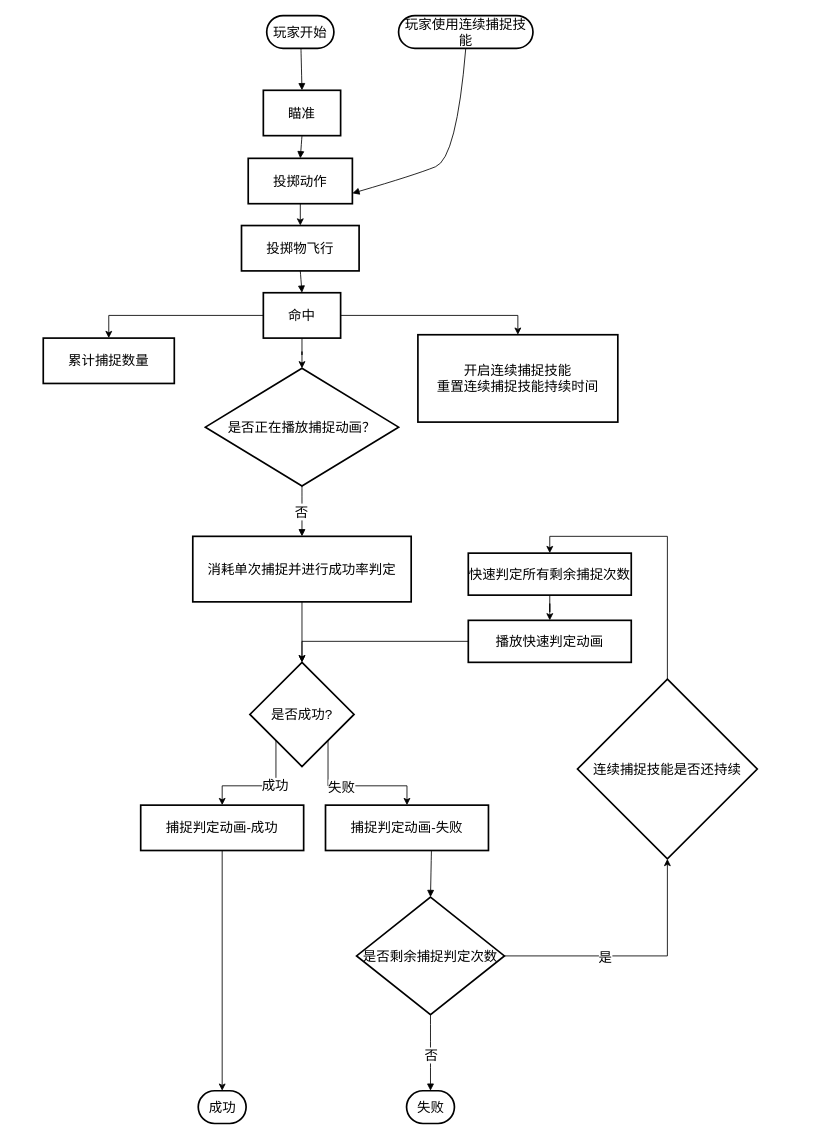
The draw.io diagram PGamePetCaptureFlow.drawio in tcmxx/TCMXXDrawIO, before the edit. Source tidied: cells renumbered, new cells numbered last; positions are measured from the earlier drawing's top-left corner, leaving out a move shared by most shapes. Both pictures are drawn from the tidied source at 84%, with x=0, y=0 at pixel (43, 15).
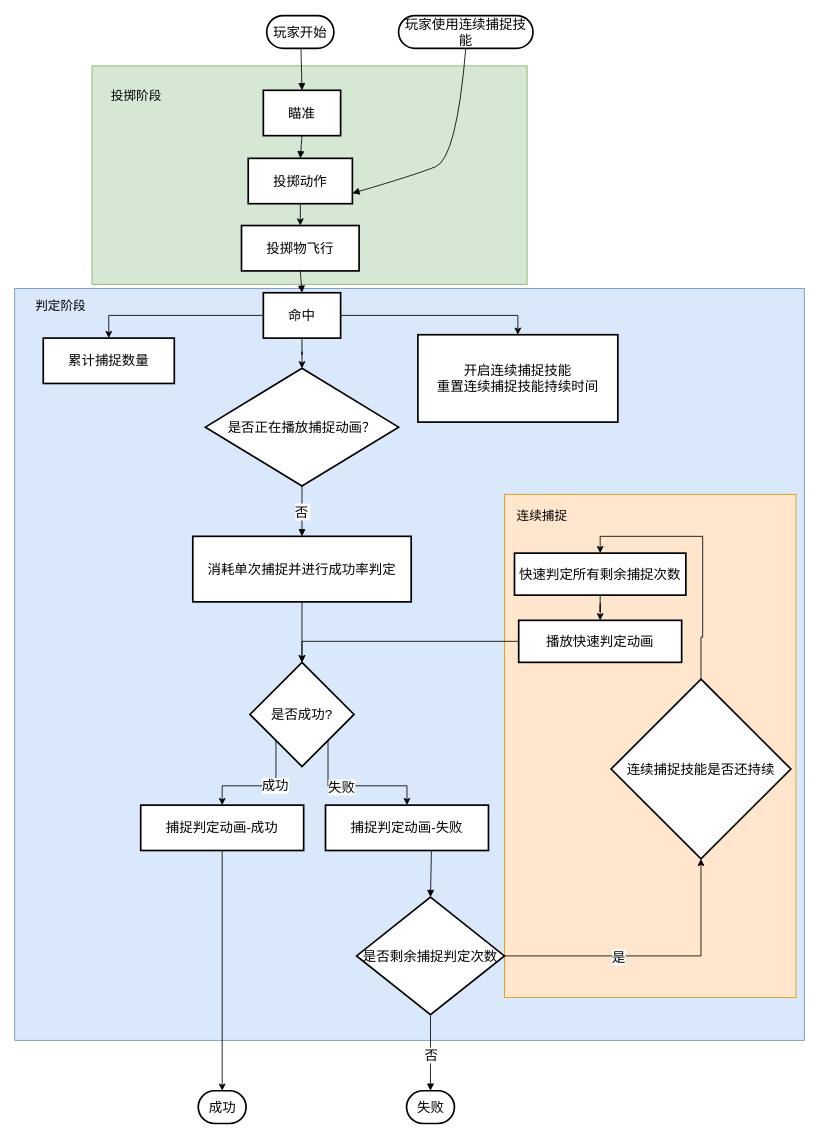
The same diagram, later.

The edit, as a diff of the source:
```diff
@@
+    <mxCell id="44" style="rounded=0;whiteSpace=wrap;html=1;fillColor=#dae8fc;strokeColor=#6c8ebf;" parent="1" vertex="1">
+      <mxGeometry x="-34" y="325" width="940" height="895" as="geometry" />
+    </mxCell>
+    <mxCell id="45" style="rounded=0;whiteSpace=wrap;html=1;fillColor=#ffe6cc;strokeColor=#d79b00;" parent="1" vertex="1">
+      <mxGeometry x="549" y="570" width="347" height="599" as="geometry" />
+    </mxCell>
+    <mxCell id="46" style="rounded=0;whiteSpace=wrap;html=1;fillColor=#d5e8d4;strokeColor=#82b366;" parent="1" vertex="1">
+      <mxGeometry x="58" y="60" width="518" height="260" as="geometry" />
+    </mxCell>
@@
+    <mxCell id="42" style="edgeStyle=orthogonalEdgeStyle;rounded=0;jettySize=auto;html=1;exitX=0.5;exitY=0;exitDx=0;exitDy=0;entryX=0.5;entryY=0;entryDx=0;entryDy=0;" parent="1" edge="1" source="37" target="39">
+      <mxGeometry relative="1" as="geometry" />
+    </mxCell>
     <mxCell id="37" value="连续捕捉技能是否还持续" style="rhombus;strokeWidth=2;whiteSpace=wrap;fontSize=16;" parent="1" vertex="1">
-      <mxGeometry x="636" y="790" width="214" height="214" as="geometry" />
+      <mxGeometry x="676" y="790" width="214" height="214" as="geometry" />
     </mxCell>
@@
     <mxCell id="39" value="快速判定所有剩余捕捉次数" style="whiteSpace=wrap;strokeWidth=2;fontSize=16;" parent="1" vertex="1">
-      <mxGeometry x="506" y="640" width="194" height="50" as="geometry" />
+      <mxGeometry x="561" y="640" width="204" height="50" as="geometry" />
     </mxCell>
@@
+    <mxCell id="43" value="失败" style="rounded=1;whiteSpace=wrap;arcSize=50;strokeWidth=2;fontSize=16;" parent="1" vertex="1">
+      <mxGeometry x="432.5" y="1280" width="57" height="39" as="geometry" />
+    </mxCell>
+    <mxCell id="47" value="&lt;font style=&quot;font-size: 15px;&quot;&gt;投掷阶段&lt;/font&gt;" style="text;html=1;align=center;verticalAlign=middle;whiteSpace=wrap;rounded=0;" parent="1" vertex="1">
+      <mxGeometry x="66" y="80" width="90" height="30" as="geometry" />
+    </mxCell>
+    <mxCell id="48" value="&lt;font style=&quot;font-size: 15px;&quot;&gt;判定阶段&lt;/font&gt;" style="text;html=1;align=center;verticalAlign=middle;whiteSpace=wrap;rounded=0;" parent="1" vertex="1">
+      <mxGeometry x="-24" y="330" width="90" height="30" as="geometry" />
+    </mxCell>
     <mxCell id="41" value="播放快速判定动画" style="whiteSpace=wrap;strokeWidth=2;fontSize=16;" parent="1" vertex="1">
-      <mxGeometry x="506" y="720" width="194" height="50" as="geometry" />
+      <mxGeometry x="566" y="720" width="194" height="50" as="geometry" />
     </mxCell>
-    <mxCell id="42" style="edgeStyle=orthogonalEdgeStyle;rounded=0;jettySize=auto;html=1;entryX=0.5;entryY=0;entryDx=0;entryDy=0;fontSize=16;" parent="1" edge="1" source="37" target="39">
-      <mxGeometry relative="1" as="geometry" />
-    </mxCell>
-    <mxCell id="43" value="失败" style="rounded=1;whiteSpace=wrap;arcSize=50;strokeWidth=2;fontSize=16;" parent="1" vertex="1">
-      <mxGeometry x="432.5" y="1280" width="57" height="39" as="geometry" />
-    </mxCell>
+    <mxCell id="49" value="&lt;span style=&quot;font-size: 15px;&quot;&gt;连续捕捉&lt;/span&gt;" style="text;html=1;align=center;verticalAlign=middle;whiteSpace=wrap;rounded=0;" parent="1" vertex="1">
+      <mxGeometry x="549" y="580" width="90" height="30" as="geometry" />
+    </mxCell>
```
